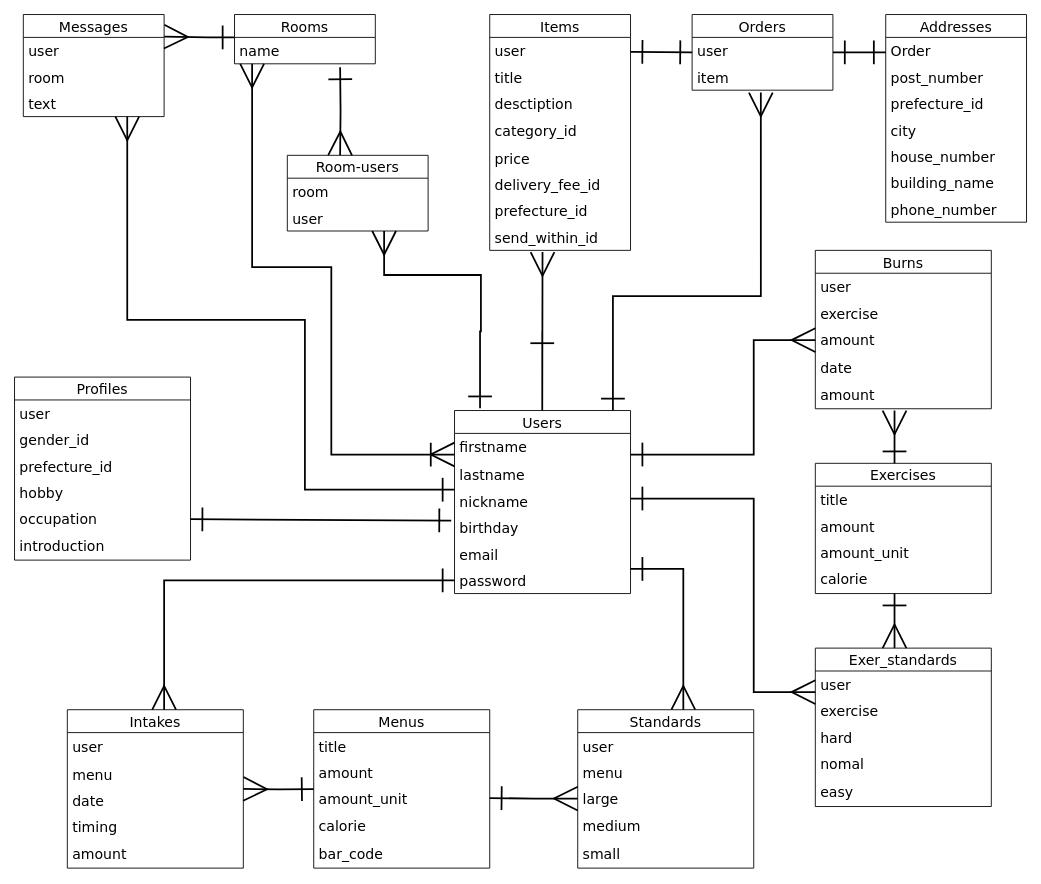
This is Database_design.dio from Malakir3/fokus-app, a draw.io file, before an edit. Source tidied: cells renumbered, new cells numbered last; positions are measured from the earlier drawing's top-left corner, leaving out a move shared by most shapes. Both pictures are drawn from the tidied source at 88%, with x=0, y=0 at pixel (14, 14).
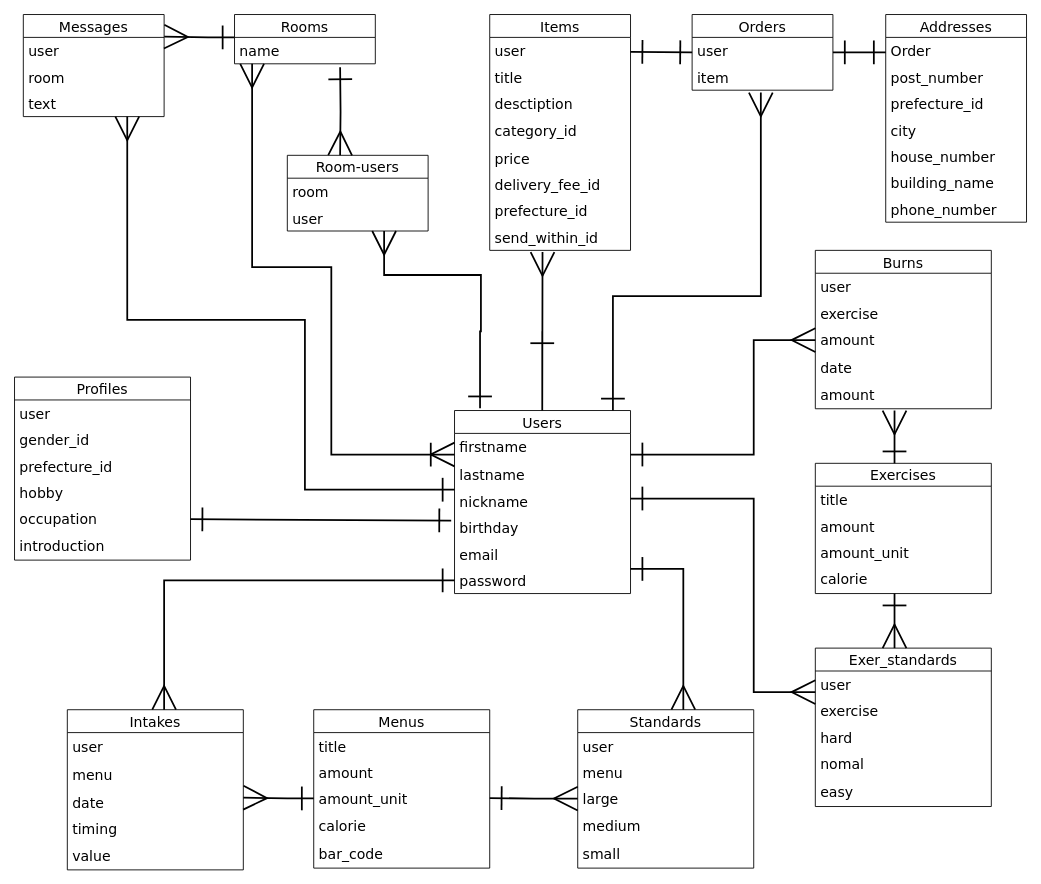
The same page after the edit.

The edit, as a diff of the source:
```diff
@@
     <mxCell id="51" value="Intakes" style="swimlane;fontStyle=0;horizontal=1;startSize=26;align=center;fontSize=16;fontFamily=Verdana;" parent="1" vertex="1">
-      <mxGeometry x="60" y="790" width="200" height="180" as="geometry" />
+      <mxGeometry x="60" y="790" width="200" height="182" as="geometry" />
     </mxCell>
@@
-    <mxCell id="53" value="menu" style="text;strokeColor=none;fillColor=none;spacingLeft=4;spacingRight=4;overflow=hidden;fontSize=16;fontFamily=Verdana;" parent="51" vertex="1">
-      <mxGeometry y="58" width="200" height="30" as="geometry" />
+    <mxCell id="53" value="menu" style="text;strokeColor=none;fillColor=none;spacingLeft=4;spacingRight=4;overflow=hidden;fontSize=16;fontStyle=0;fontFamily=Verdana;" parent="51" vertex="1">
+      <mxGeometry y="58" width="200" height="32" as="geometry" />
     </mxCell>
     <mxCell id="54" value="date" style="text;strokeColor=none;fillColor=none;spacingLeft=4;spacingRight=4;overflow=hidden;fontSize=16;fontFamily=Verdana;" parent="51" vertex="1">
-      <mxGeometry y="88" width="200" height="30" as="geometry" />
+      <mxGeometry y="90" width="200" height="30" as="geometry" />
     </mxCell>
     <mxCell id="55" value="timing" style="text;strokeColor=none;fillColor=none;spacingLeft=4;spacingRight=4;overflow=hidden;fontSize=16;fontFamily=Verdana;" parent="51" vertex="1">
-      <mxGeometry y="118" width="200" height="30" as="geometry" />
+      <mxGeometry y="120" width="200" height="30" as="geometry" />
     </mxCell>
-    <mxCell id="56" value="amount" style="text;strokeColor=none;fillColor=none;spacingLeft=4;spacingRight=4;overflow=hidden;fontSize=16;fontStyle=0;fontFamily=Verdana;" parent="51" vertex="1">
-      <mxGeometry y="148" width="200" height="32" as="geometry" />
+    <mxCell id="56" value="value" style="text;strokeColor=none;fillColor=none;spacingLeft=4;spacingRight=4;overflow=hidden;fontSize=16;fontStyle=0;fontFamily=Verdana;" parent="51" vertex="1">
+      <mxGeometry y="150" width="200" height="32" as="geometry" />
     </mxCell>
@@
-    <mxCell id="84" style="edgeStyle=orthogonalEdgeStyle;rounded=0;jettySize=auto;html=1;exitX=1;exitY=0.5;exitDx=0;exitDy=0;startArrow=ERone;startFill=0;endArrow=ERmany;endFill=0;strokeWidth=2;endSize=24;startSize=24;fontFamily=Verdana;fontSize=16;entryX=1;entryY=0.5;entryDx=0;entryDy=0;" parent="1" edge="1" target="51">
-      <mxGeometry relative="1" as="geometry">
-        <mxPoint x="340" y="880.1" as="sourcePoint" />
-      </mxGeometry>
-    </mxCell>
@@
+    <mxCell id="98" style="edgeStyle=orthogonalEdgeStyle;rounded=0;orthogonalLoop=1;jettySize=auto;html=1;exitX=1;exitY=0.5;exitDx=0;exitDy=0;startArrow=ERone;startFill=0;endArrow=ERmany;endFill=0;strokeWidth=2;endSize=24;startSize=24;fontFamily=Verdana;fontSize=16;" parent="1" edge="1">
+      <mxGeometry relative="1" as="geometry">
+        <mxPoint x="340" y="890.8" as="sourcePoint" />
+        <mxPoint x="260" y="890" as="targetPoint" />
+        <Array as="points">
+          <mxPoint x="310" y="890" />
+        </Array>
+      </mxGeometry>
+    </mxCell>
```
